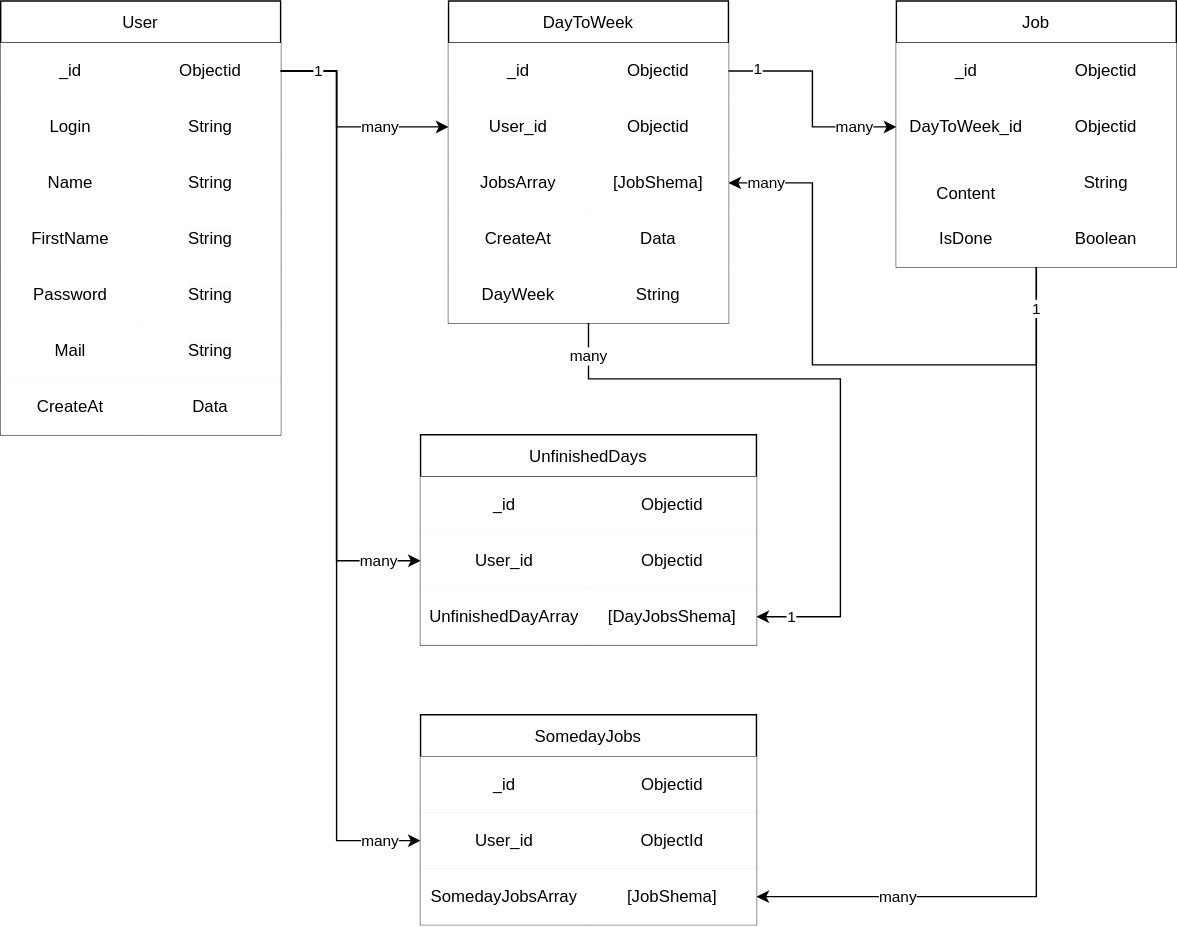
lambehorn/FireWeek keeps this draw.io diagram as FireWeekDiagram.drawio.svg. Above is the earlier version. Source tidied: cells renumbered, new cells last; positions are measured from the earlier drawing's top-left corner, leaving out a move shared by most shapes.
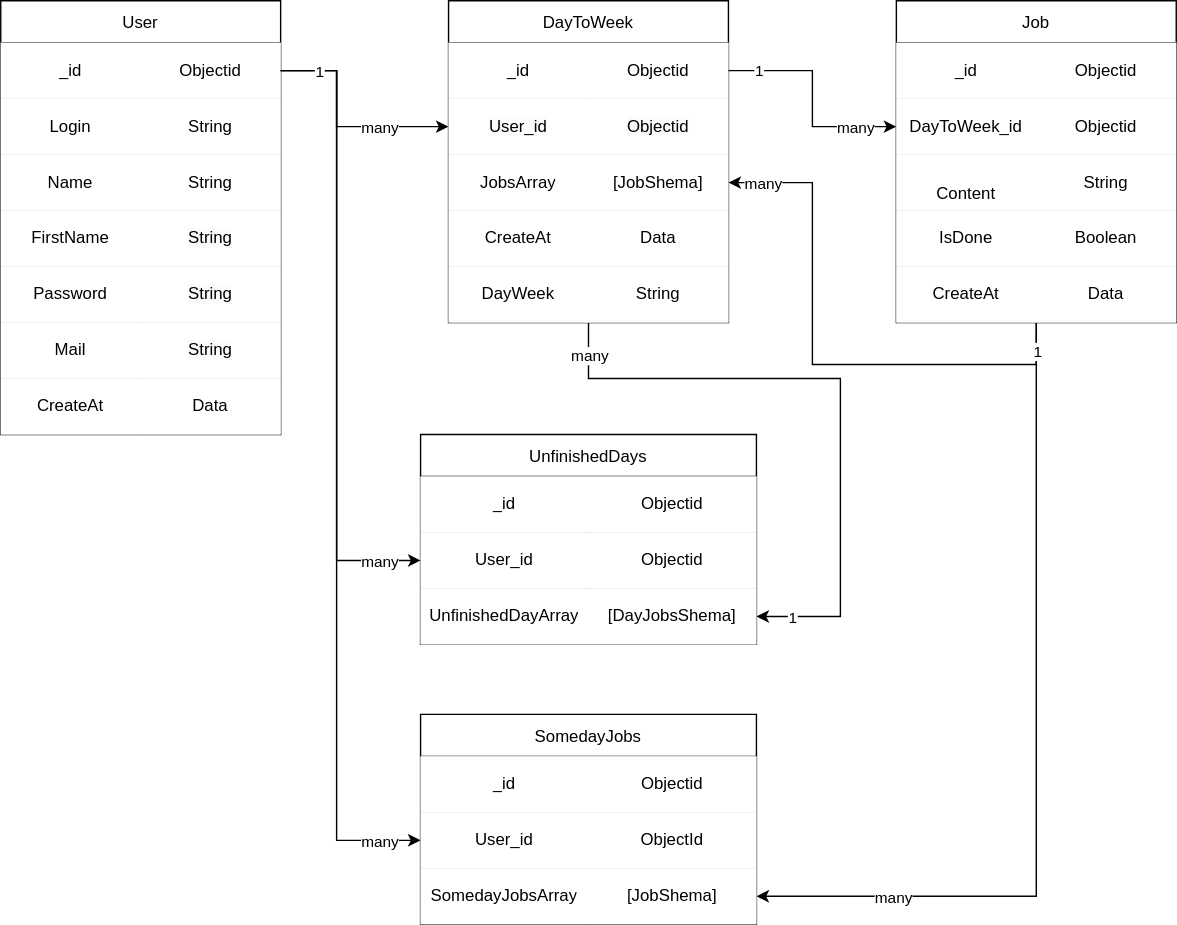
After the change.

Change to the diagram source:
```diff
@@ -170,7 +170,7 @@
     </mxCell>
     <mxCell id="49" value="1" style="edgeLabel;html=1;align=center;verticalAlign=middle;" parent="48" vertex="1">
       <mxGeometry x="-0.88" y="-1" relative="1" as="geometry">
-        <mxPoint x="1" y="-11" as="offset" />
+        <mxPoint x="1" y="-18" as="offset" />
       </mxGeometry>
     </mxCell>
     <mxCell id="50" value="many" style="edgeLabel;html=1;align=center;verticalAlign=middle;" parent="48" vertex="1">
@@ -179,7 +179,7 @@
       </mxGeometry>
     </mxCell>
     <mxCell id="51" value="Job" style="shape=table;startSize=30;" parent="1" vertex="1">
-      <mxGeometry x="640" width="200" height="190" as="geometry" />
+      <mxGeometry x="640" width="200" height="230" as="geometry" />
     </mxCell>
     <mxCell id="52" style="shape=tableRow;horizontal=0;startSize=0;swimlaneHead=0;swimlaneBody=0;top=0;left=0;bottom=0;right=0;" parent="51" vertex="1">
       <mxGeometry y="30" width="200" height="40" as="geometry" />
@@ -217,6 +217,15 @@
     <mxCell id="63" value="Boolean" style="shape=partialRectangle;html=1;whiteSpace=wrap;overflow=hidden;top=0;left=0;bottom=0;right=0;" parent="61" vertex="1">
       <mxGeometry x="100" width="100" height="40" as="geometry" />
     </mxCell>
+    <mxCell id="92" style="shape=tableRow;horizontal=0;startSize=0;swimlaneHead=0;swimlaneBody=0;top=0;left=0;bottom=0;right=0;" parent="51" vertex="1">
+      <mxGeometry y="190" width="200" height="40" as="geometry" />
+    </mxCell>
+    <mxCell id="93" value="CreateAt" style="shape=partialRectangle;html=1;whiteSpace=wrap;overflow=hidden;top=0;left=0;bottom=0;right=0;" parent="92" vertex="1">
+      <mxGeometry width="100" height="40" as="geometry" />
+    </mxCell>
+    <mxCell id="94" value="Data" style="shape=partialRectangle;html=1;whiteSpace=wrap;overflow=hidden;top=0;left=0;bottom=0;right=0;" parent="92" vertex="1">
+      <mxGeometry x="100" width="100" height="40" as="geometry" />
+    </mxCell>
     <mxCell id="64" style="edgeStyle=orthogonalEdgeStyle;rounded=0;jettySize=auto;html=1;" parent="1" edge="1" source="28" target="55">
       <mxGeometry relative="1" as="geometry">
         <Array as="points">
```
